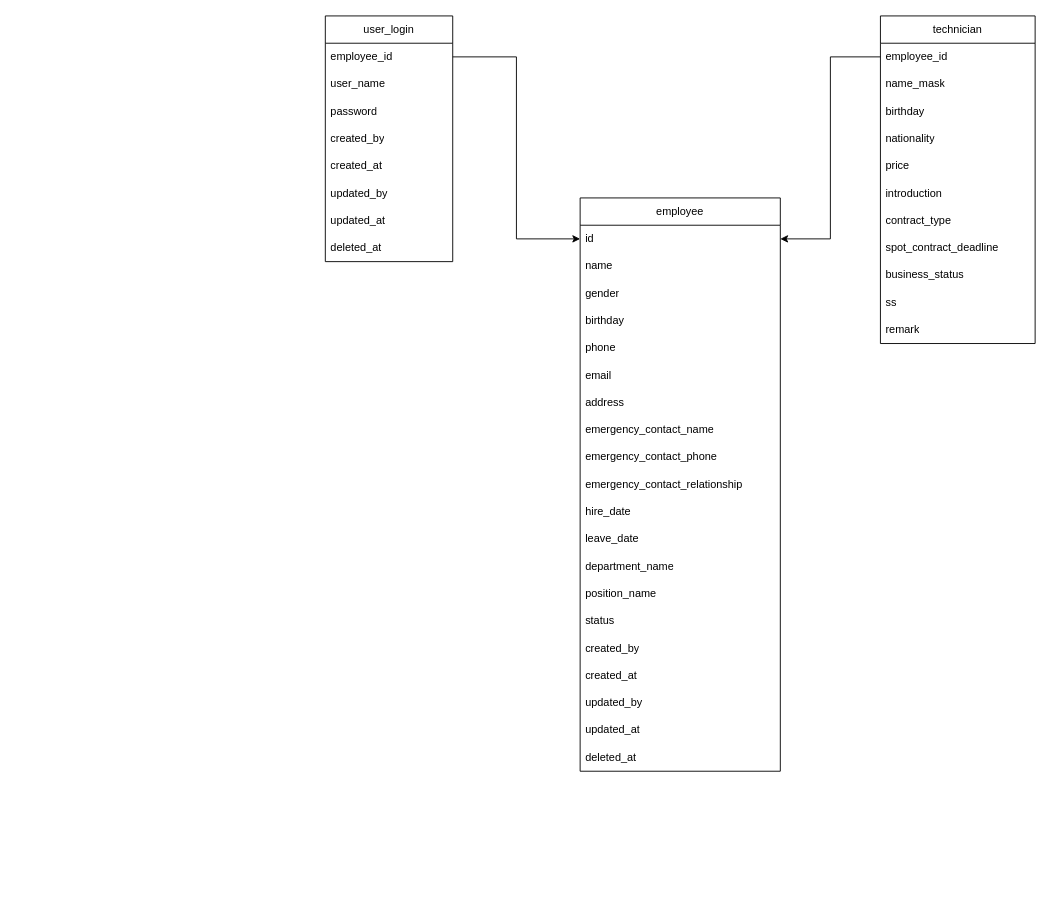
Before: ER.drawio in s1991721/MatchSys, a draw.io diagram. Source tidied: cells renumbered, new cells numbered last; positions are measured from the earlier drawing's top-left corner, leaving out a move shared by most shapes. Both pictures are drawn from the tidied source at 91%, with x=0, y=0 at pixel (325, 15).
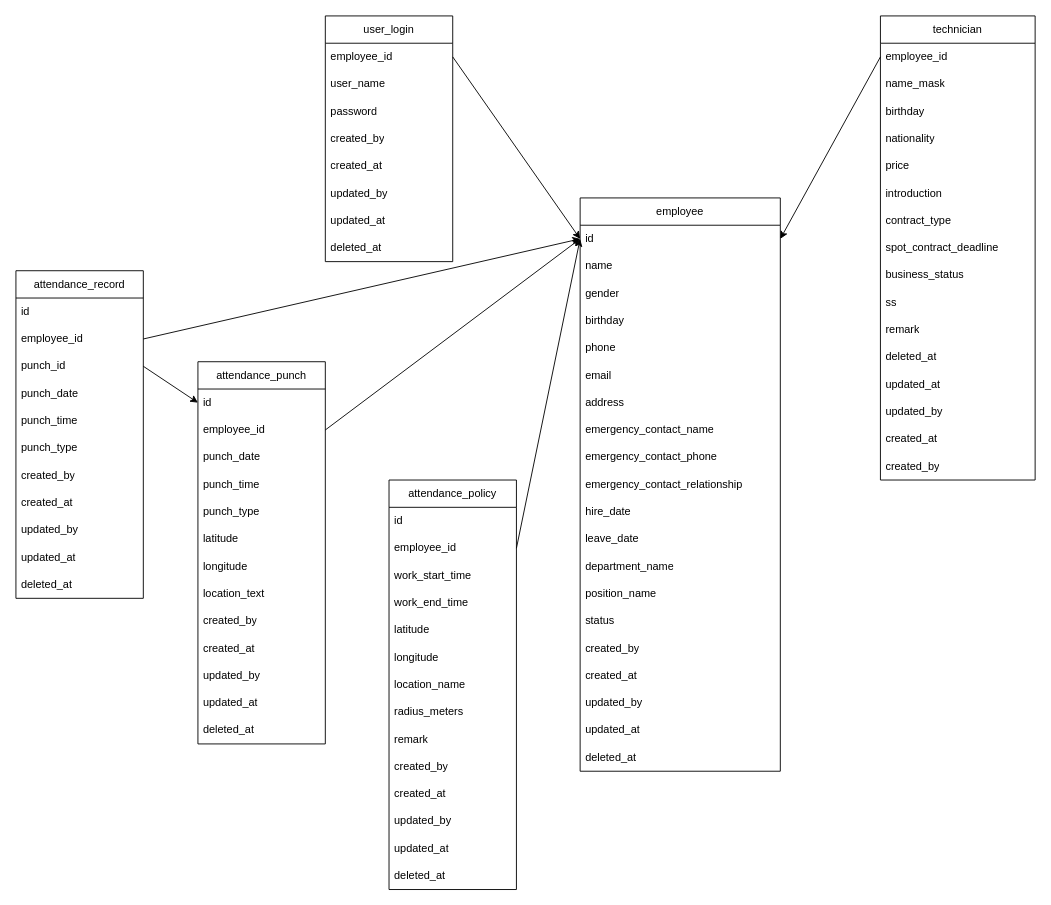
The same page after the edit.

The change refers to these unchanged cells:
```xml
<mxCell id="3" value="&lt;span style=&quot;text-align: center;&quot;&gt;employee_&lt;/span&gt;id" style="text;strokeColor=none;fillColor=none;align=left;verticalAlign=middle;spacingLeft=4;spacingRight=4;overflow=hidden;points=[[0,0.5],[1,0.5]];portConstraint=eastwest;whiteSpace=wrap;html=1;" parent="2" vertex="1">
  <mxGeometry y="30" width="140" height="30" as="geometry" />
</mxCell>
<mxCell id="12" value="id" style="text;strokeColor=none;fillColor=none;align=left;verticalAlign=middle;spacingLeft=4;spacingRight=4;overflow=hidden;points=[[0,0.5],[1,0.5]];portConstraint=eastwest;whiteSpace=wrap;html=1;" parent="11" vertex="1">
  <mxGeometry y="30" width="220" height="30" as="geometry" />
</mxCell>
<mxCell id="33" value="&lt;span style=&quot;text-align: center;&quot;&gt;employee_&lt;/span&gt;id" style="text;strokeColor=none;fillColor=none;align=left;verticalAlign=middle;spacingLeft=4;spacingRight=4;overflow=hidden;points=[[0,0.5],[1,0.5]];portConstraint=eastwest;whiteSpace=wrap;html=1;" parent="32" vertex="1">
  <mxGeometry y="30" width="170" height="30" as="geometry" />
</mxCell>
```

What changed in the source:
```diff
@@
     <mxCell id="32" value="technician" style="swimlane;fontStyle=0;horizontal=1;startSize=30;whiteSpace=wrap;html=1;" parent="1" vertex="1">
-      <mxGeometry x="610" width="170" height="360" as="geometry" />
+      <mxGeometry x="610" width="170" height="510" as="geometry" />
     </mxCell>
@@
+    <mxCell id="46" value="deleted_at" style="text;strokeColor=none;fillColor=none;align=left;verticalAlign=middle;spacingLeft=4;spacingRight=4;overflow=hidden;whiteSpace=wrap;html=1;" parent="32" vertex="1">
+      <mxGeometry y="360" width="170" height="30" as="geometry" />
+    </mxCell>
+    <mxCell id="47" value="updated_at" style="text;strokeColor=none;fillColor=none;align=left;verticalAlign=middle;spacingLeft=4;spacingRight=4;overflow=hidden;whiteSpace=wrap;html=1;" parent="32" vertex="1">
+      <mxGeometry y="390" width="170" height="30" as="geometry" />
+    </mxCell>
+    <mxCell id="48" value="updated_by" style="text;strokeColor=none;fillColor=none;align=left;verticalAlign=middle;spacingLeft=4;spacingRight=4;overflow=hidden;whiteSpace=wrap;html=1;" parent="32" vertex="1">
+      <mxGeometry y="420" width="170" height="30" as="geometry" />
+    </mxCell>
+    <mxCell id="49" value="created_at" style="text;strokeColor=none;fillColor=none;align=left;verticalAlign=middle;spacingLeft=4;spacingRight=4;overflow=hidden;whiteSpace=wrap;html=1;" parent="32" vertex="1">
+      <mxGeometry y="450" width="170" height="30" as="geometry" />
+    </mxCell>
+    <mxCell id="50" value="created_by" style="text;strokeColor=none;fillColor=none;align=left;verticalAlign=middle;spacingLeft=4;spacingRight=4;overflow=hidden;whiteSpace=wrap;html=1;" parent="32" vertex="1">
+      <mxGeometry y="480" width="170" height="30" as="geometry" />
+    </mxCell>
-    <mxCell id="44" style="edgeStyle=orthogonalEdgeStyle;rounded=0;jettySize=auto;html=1;exitX=1;exitY=0.5;exitDx=0;exitDy=0;entryX=0;entryY=0.5;entryDx=0;entryDy=0;" parent="1" edge="1" source="3" target="12">
+    <mxCell id="44" style="rounded=0;jettySize=auto;html=1;exitX=1;exitY=0.5;exitDx=0;exitDy=0;entryX=0;entryY=0.5;entryDx=0;entryDy=0;" parent="1" edge="1" source="3" target="12">
       <mxGeometry relative="1" as="geometry" />
     </mxCell>
-    <mxCell id="45" style="edgeStyle=orthogonalEdgeStyle;rounded=0;jettySize=auto;html=1;exitX=0;exitY=0.5;exitDx=0;exitDy=0;entryX=1;entryY=0.5;entryDx=0;entryDy=0;" parent="1" edge="1" source="33" target="12">
+    <mxCell id="45" style="rounded=0;jettySize=auto;html=1;exitX=0;exitY=0.5;exitDx=0;exitDy=0;entryX=1;entryY=0.5;entryDx=0;entryDy=0;" parent="1" edge="1" source="33" target="12">
       <mxGeometry relative="1" as="geometry" />
     </mxCell>
+    <mxCell id="51" value="attendance_punch" style="swimlane;fontStyle=0;horizontal=1;startSize=30;whiteSpace=wrap;html=1;" parent="1" vertex="1">
+      <mxGeometry x="-140" y="380" width="140" height="420" as="geometry" />
+    </mxCell>
+    <mxCell id="52" value="id" style="text;strokeColor=none;fillColor=none;align=left;verticalAlign=middle;spacingLeft=4;spacingRight=4;overflow=hidden;points=[[0,0.5],[1,0.5]];portConstraint=eastwest;whiteSpace=wrap;html=1;" parent="51" vertex="1">
+      <mxGeometry y="30" width="140" height="30" as="geometry" />
+    </mxCell>
+    <mxCell id="53" value="employee_id" style="text;strokeColor=none;fillColor=none;align=left;verticalAlign=middle;spacingLeft=4;spacingRight=4;overflow=hidden;points=[[0,0.5],[1,0.5]];portConstraint=eastwest;whiteSpace=wrap;html=1;" parent="51" vertex="1">
+      <mxGeometry y="60" width="140" height="30" as="geometry" />
+    </mxCell>
+    <mxCell id="54" value="punch_date" style="text;strokeColor=none;fillColor=none;align=left;verticalAlign=middle;spacingLeft=4;spacingRight=4;overflow=hidden;whiteSpace=wrap;html=1;" parent="51" vertex="1">
+      <mxGeometry y="90" width="140" height="30" as="geometry" />
+    </mxCell>
+    <mxCell id="55" value="punch_time" style="text;strokeColor=none;fillColor=none;align=left;verticalAlign=middle;spacingLeft=4;spacingRight=4;overflow=hidden;whiteSpace=wrap;html=1;" parent="51" vertex="1">
+      <mxGeometry y="120" width="140" height="30" as="geometry" />
+    </mxCell>
+    <mxCell id="56" value="punch_type" style="text;strokeColor=none;fillColor=none;align=left;verticalAlign=middle;spacingLeft=4;spacingRight=4;overflow=hidden;whiteSpace=wrap;html=1;" parent="51" vertex="1">
+      <mxGeometry y="150" width="140" height="30" as="geometry" />
+    </mxCell>
+    <mxCell id="57" value="latitude" style="text;strokeColor=none;fillColor=none;align=left;verticalAlign=middle;spacingLeft=4;spacingRight=4;overflow=hidden;whiteSpace=wrap;html=1;" parent="51" vertex="1">
+      <mxGeometry y="180" width="140" height="30" as="geometry" />
+    </mxCell>
+    <mxCell id="58" value="longitude" style="text;strokeColor=none;fillColor=none;align=left;verticalAlign=middle;spacingLeft=4;spacingRight=4;overflow=hidden;whiteSpace=wrap;html=1;" parent="51" vertex="1">
+      <mxGeometry y="210" width="140" height="30" as="geometry" />
+    </mxCell>
+    <mxCell id="59" value="location_text&amp;nbsp;" style="text;strokeColor=none;fillColor=none;align=left;verticalAlign=middle;spacingLeft=4;spacingRight=4;overflow=hidden;whiteSpace=wrap;html=1;" parent="51" vertex="1">
+      <mxGeometry y="240" width="140" height="30" as="geometry" />
+    </mxCell>
+    <mxCell id="60" value="created_by" style="text;strokeColor=none;fillColor=none;align=left;verticalAlign=middle;spacingLeft=4;spacingRight=4;overflow=hidden;whiteSpace=wrap;html=1;" parent="51" vertex="1">
+      <mxGeometry y="270" width="140" height="30" as="geometry" />
+    </mxCell>
+    <mxCell id="61" value="created_at" style="text;strokeColor=none;fillColor=none;align=left;verticalAlign=middle;spacingLeft=4;spacingRight=4;overflow=hidden;whiteSpace=wrap;html=1;" parent="51" vertex="1">
+      <mxGeometry y="300" width="140" height="30" as="geometry" />
+    </mxCell>
+    <mxCell id="62" value="updated_by" style="text;strokeColor=none;fillColor=none;align=left;verticalAlign=middle;spacingLeft=4;spacingRight=4;overflow=hidden;whiteSpace=wrap;html=1;" parent="51" vertex="1">
+      <mxGeometry y="330" width="140" height="30" as="geometry" />
+    </mxCell>
+    <mxCell id="63" value="updated_at" style="text;strokeColor=none;fillColor=none;align=left;verticalAlign=middle;spacingLeft=4;spacingRight=4;overflow=hidden;whiteSpace=wrap;html=1;" parent="51" vertex="1">
+      <mxGeometry y="360" width="140" height="30" as="geometry" />
+    </mxCell>
+    <mxCell id="64" value="deleted_at" style="text;strokeColor=none;fillColor=none;align=left;verticalAlign=middle;spacingLeft=4;spacingRight=4;overflow=hidden;whiteSpace=wrap;html=1;" parent="51" vertex="1">
+      <mxGeometry y="390" width="140" height="30" as="geometry" />
+    </mxCell>
+    <mxCell id="65" value="attendance_record" style="swimlane;fontStyle=0;horizontal=1;startSize=30;whiteSpace=wrap;html=1;" parent="1" vertex="1">
+      <mxGeometry x="-340" y="280" width="140" height="360" as="geometry" />
+    </mxCell>
+    <mxCell id="66" value="id" style="text;strokeColor=none;fillColor=none;align=left;verticalAlign=middle;spacingLeft=4;spacingRight=4;overflow=hidden;whiteSpace=wrap;html=1;" parent="65" vertex="1">
+      <mxGeometry y="30" width="140" height="30" as="geometry" />
+    </mxCell>
+    <mxCell id="67" value="employee_id" style="text;strokeColor=none;fillColor=none;align=left;verticalAlign=middle;spacingLeft=4;spacingRight=4;overflow=hidden;points=[[0,0.5],[1,0.5]];portConstraint=eastwest;whiteSpace=wrap;html=1;" parent="65" vertex="1">
+      <mxGeometry y="60" width="140" height="30" as="geometry" />
+    </mxCell>
+    <mxCell id="68" value="&lt;span style=&quot;text-align: center;&quot;&gt;punch_id&lt;/span&gt;" style="text;strokeColor=none;fillColor=none;align=left;verticalAlign=middle;spacingLeft=4;spacingRight=4;overflow=hidden;points=[[0,0.5],[1,0.5]];portConstraint=eastwest;whiteSpace=wrap;html=1;" parent="65" vertex="1">
+      <mxGeometry y="90" width="140" height="30" as="geometry" />
+    </mxCell>
+    <mxCell id="69" value="punch_date" style="text;strokeColor=none;fillColor=none;align=left;verticalAlign=middle;spacingLeft=4;spacingRight=4;overflow=hidden;whiteSpace=wrap;html=1;" parent="65" vertex="1">
+      <mxGeometry y="120" width="140" height="30" as="geometry" />
+    </mxCell>
+    <mxCell id="70" value="punch_time" style="text;strokeColor=none;fillColor=none;align=left;verticalAlign=middle;spacingLeft=4;spacingRight=4;overflow=hidden;whiteSpace=wrap;html=1;" parent="65" vertex="1">
+      <mxGeometry y="150" width="140" height="30" as="geometry" />
+    </mxCell>
+    <mxCell id="71" value="punch_type" style="text;strokeColor=none;fillColor=none;align=left;verticalAlign=middle;spacingLeft=4;spacingRight=4;overflow=hidden;whiteSpace=wrap;html=1;" parent="65" vertex="1">
+      <mxGeometry y="180" width="140" height="30" as="geometry" />
+    </mxCell>
+    <mxCell id="72" value="created_by" style="text;strokeColor=none;fillColor=none;align=left;verticalAlign=middle;spacingLeft=4;spacingRight=4;overflow=hidden;whiteSpace=wrap;html=1;" parent="65" vertex="1">
+      <mxGeometry y="210" width="140" height="30" as="geometry" />
+    </mxCell>
+    <mxCell id="73" value="created_at" style="text;strokeColor=none;fillColor=none;align=left;verticalAlign=middle;spacingLeft=4;spacingRight=4;overflow=hidden;whiteSpace=wrap;html=1;" parent="65" vertex="1">
+      <mxGeometry y="240" width="140" height="30" as="geometry" />
+    </mxCell>
+    <mxCell id="74" value="updated_by" style="text;strokeColor=none;fillColor=none;align=left;verticalAlign=middle;spacingLeft=4;spacingRight=4;overflow=hidden;whiteSpace=wrap;html=1;" parent="65" vertex="1">
+      <mxGeometry y="270" width="140" height="30" as="geometry" />
+    </mxCell>
+    <mxCell id="75" value="updated_at" style="text;strokeColor=none;fillColor=none;align=left;verticalAlign=middle;spacingLeft=4;spacingRight=4;overflow=hidden;whiteSpace=wrap;html=1;" parent="65" vertex="1">
+      <mxGeometry y="300" width="140" height="30" as="geometry" />
+    </mxCell>
+    <mxCell id="76" value="deleted_at" style="text;strokeColor=none;fillColor=none;align=left;verticalAlign=middle;spacingLeft=4;spacingRight=4;overflow=hidden;whiteSpace=wrap;html=1;" parent="65" vertex="1">
+      <mxGeometry y="330" width="140" height="30" as="geometry" />
+    </mxCell>
+    <mxCell id="77" style="rounded=0;jettySize=auto;html=1;exitX=1;exitY=0.5;exitDx=0;exitDy=0;entryX=0;entryY=0.5;entryDx=0;entryDy=0;" parent="1" edge="1" source="68" target="52">
+      <mxGeometry relative="1" as="geometry" />
+    </mxCell>
+    <mxCell id="78" style="rounded=0;jettySize=auto;html=1;exitX=1;exitY=0.5;exitDx=0;exitDy=0;entryX=0;entryY=0.5;entryDx=0;entryDy=0;" parent="1" edge="1" source="53" target="12">
+      <mxGeometry relative="1" as="geometry" />
+    </mxCell>
+    <mxCell id="79" style="rounded=0;jettySize=auto;html=1;exitX=1;exitY=0.5;exitDx=0;exitDy=0;entryX=0;entryY=0.5;entryDx=0;entryDy=0;" parent="1" edge="1" source="67" target="12">
+      <mxGeometry relative="1" as="geometry" />
+    </mxCell>
+    <mxCell id="80" value="attendance_policy" style="swimlane;fontStyle=0;horizontal=1;startSize=30;whiteSpace=wrap;html=1;" parent="1" vertex="1">
+      <mxGeometry x="70" y="510" width="140" height="450" as="geometry" />
+    </mxCell>
+    <mxCell id="81" value="id" style="text;strokeColor=none;fillColor=none;align=left;verticalAlign=middle;spacingLeft=4;spacingRight=4;overflow=hidden;whiteSpace=wrap;html=1;" parent="80" vertex="1">
+      <mxGeometry y="30" width="140" height="30" as="geometry" />
+    </mxCell>
+    <mxCell id="82" value="employee_id" style="text;strokeColor=none;fillColor=none;align=left;verticalAlign=middle;spacingLeft=4;spacingRight=4;overflow=hidden;points=[[0,0.5],[1,0.5]];portConstraint=eastwest;whiteSpace=wrap;html=1;" parent="80" vertex="1">
+      <mxGeometry y="60" width="140" height="30" as="geometry" />
+    </mxCell>
+    <mxCell id="83" value="&lt;div style=&quot;text-align: center;&quot;&gt;&lt;span style=&quot;background-color: transparent;&quot;&gt;work_start_time&lt;/span&gt;&lt;/div&gt;" style="text;strokeColor=none;fillColor=none;align=left;verticalAlign=middle;spacingLeft=4;spacingRight=4;overflow=hidden;whiteSpace=wrap;html=1;" parent="80" vertex="1">
+      <mxGeometry y="90" width="140" height="30" as="geometry" />
+    </mxCell>
+    <mxCell id="84" value="work_end_time&amp;nbsp;" style="text;strokeColor=none;fillColor=none;align=left;verticalAlign=middle;spacingLeft=4;spacingRight=4;overflow=hidden;whiteSpace=wrap;html=1;" parent="80" vertex="1">
+      <mxGeometry y="120" width="140" height="30" as="geometry" />
+    </mxCell>
+    <mxCell id="85" value="latitude" style="text;strokeColor=none;fillColor=none;align=left;verticalAlign=middle;spacingLeft=4;spacingRight=4;overflow=hidden;whiteSpace=wrap;html=1;" parent="80" vertex="1">
+      <mxGeometry y="150" width="140" height="30" as="geometry" />
+    </mxCell>
+    <mxCell id="86" value="longitude" style="text;strokeColor=none;fillColor=none;align=left;verticalAlign=middle;spacingLeft=4;spacingRight=4;overflow=hidden;whiteSpace=wrap;html=1;" parent="80" vertex="1">
+      <mxGeometry y="180" width="140" height="30" as="geometry" />
+    </mxCell>
+    <mxCell id="87" value="location_name" style="text;strokeColor=none;fillColor=none;align=left;verticalAlign=middle;spacingLeft=4;spacingRight=4;overflow=hidden;whiteSpace=wrap;html=1;" parent="80" vertex="1">
+      <mxGeometry y="210" width="140" height="30" as="geometry" />
+    </mxCell>
+    <mxCell id="88" value="radius_meters" style="text;strokeColor=none;fillColor=none;align=left;verticalAlign=middle;spacingLeft=4;spacingRight=4;overflow=hidden;whiteSpace=wrap;html=1;" parent="80" vertex="1">
+      <mxGeometry y="240" width="140" height="30" as="geometry" />
+    </mxCell>
+    <mxCell id="89" value="remark" style="text;strokeColor=none;fillColor=none;align=left;verticalAlign=middle;spacingLeft=4;spacingRight=4;overflow=hidden;whiteSpace=wrap;html=1;" parent="80" vertex="1">
+      <mxGeometry y="270" width="140" height="30" as="geometry" />
+    </mxCell>
+    <mxCell id="90" value="created_by" style="text;strokeColor=none;fillColor=none;align=left;verticalAlign=middle;spacingLeft=4;spacingRight=4;overflow=hidden;whiteSpace=wrap;html=1;" parent="80" vertex="1">
+      <mxGeometry y="300" width="140" height="30" as="geometry" />
+    </mxCell>
+    <mxCell id="91" value="created_at" style="text;strokeColor=none;fillColor=none;align=left;verticalAlign=middle;spacingLeft=4;spacingRight=4;overflow=hidden;whiteSpace=wrap;html=1;" parent="80" vertex="1">
+      <mxGeometry y="330" width="140" height="30" as="geometry" />
+    </mxCell>
+    <mxCell id="92" value="updated_by" style="text;strokeColor=none;fillColor=none;align=left;verticalAlign=middle;spacingLeft=4;spacingRight=4;overflow=hidden;whiteSpace=wrap;html=1;" parent="80" vertex="1">
+      <mxGeometry y="360" width="140" height="30" as="geometry" />
+    </mxCell>
+    <mxCell id="93" value="updated_at" style="text;strokeColor=none;fillColor=none;align=left;verticalAlign=middle;spacingLeft=4;spacingRight=4;overflow=hidden;whiteSpace=wrap;html=1;" parent="80" vertex="1">
+      <mxGeometry y="390" width="140" height="30" as="geometry" />
+    </mxCell>
+    <mxCell id="94" value="deleted_at" style="text;strokeColor=none;fillColor=none;align=left;verticalAlign=middle;spacingLeft=4;spacingRight=4;overflow=hidden;whiteSpace=wrap;html=1;" parent="80" vertex="1">
+      <mxGeometry y="420" width="140" height="30" as="geometry" />
+    </mxCell>
+    <mxCell id="95" style="rounded=0;jettySize=auto;html=1;exitX=1;exitY=0.5;exitDx=0;exitDy=0;entryX=0;entryY=0.5;entryDx=0;entryDy=0;" parent="1" edge="1" source="82" target="12">
+      <mxGeometry relative="1" as="geometry" />
+    </mxCell>
```
